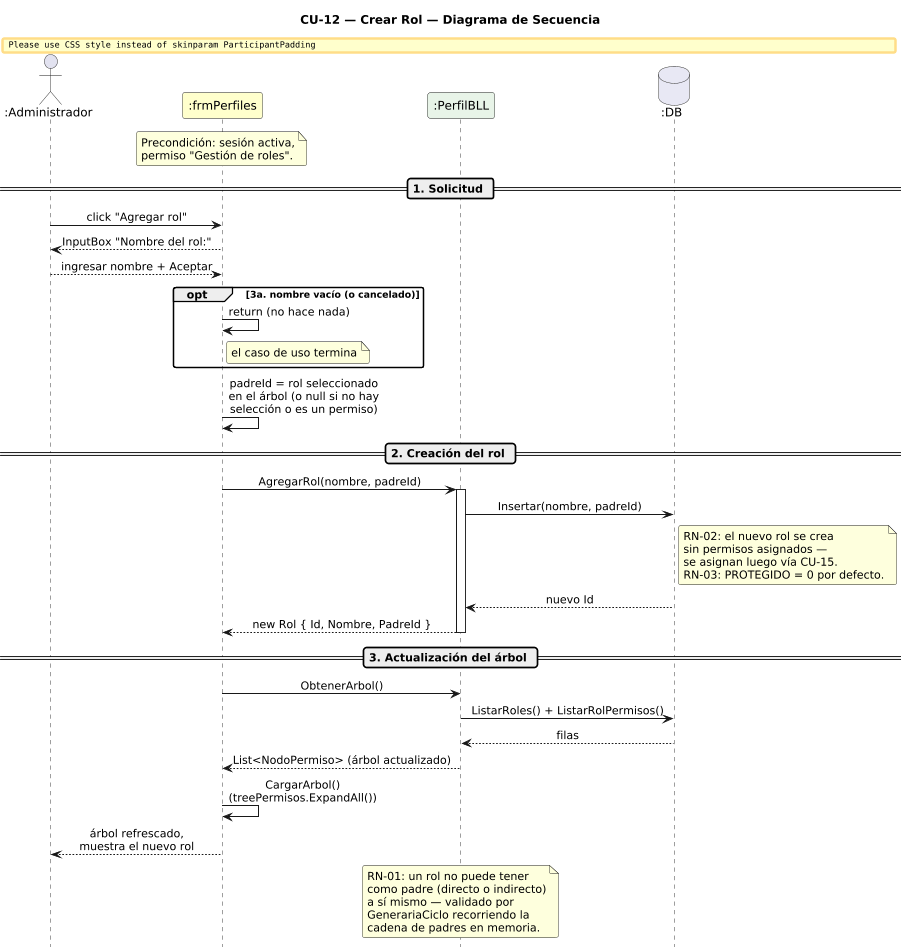
Before: DIAGRAMAS/DiagramaSecuencia_CU12_CrearRol.png, a diagram exported from PlantUML (Urrels/ingenieria_software).
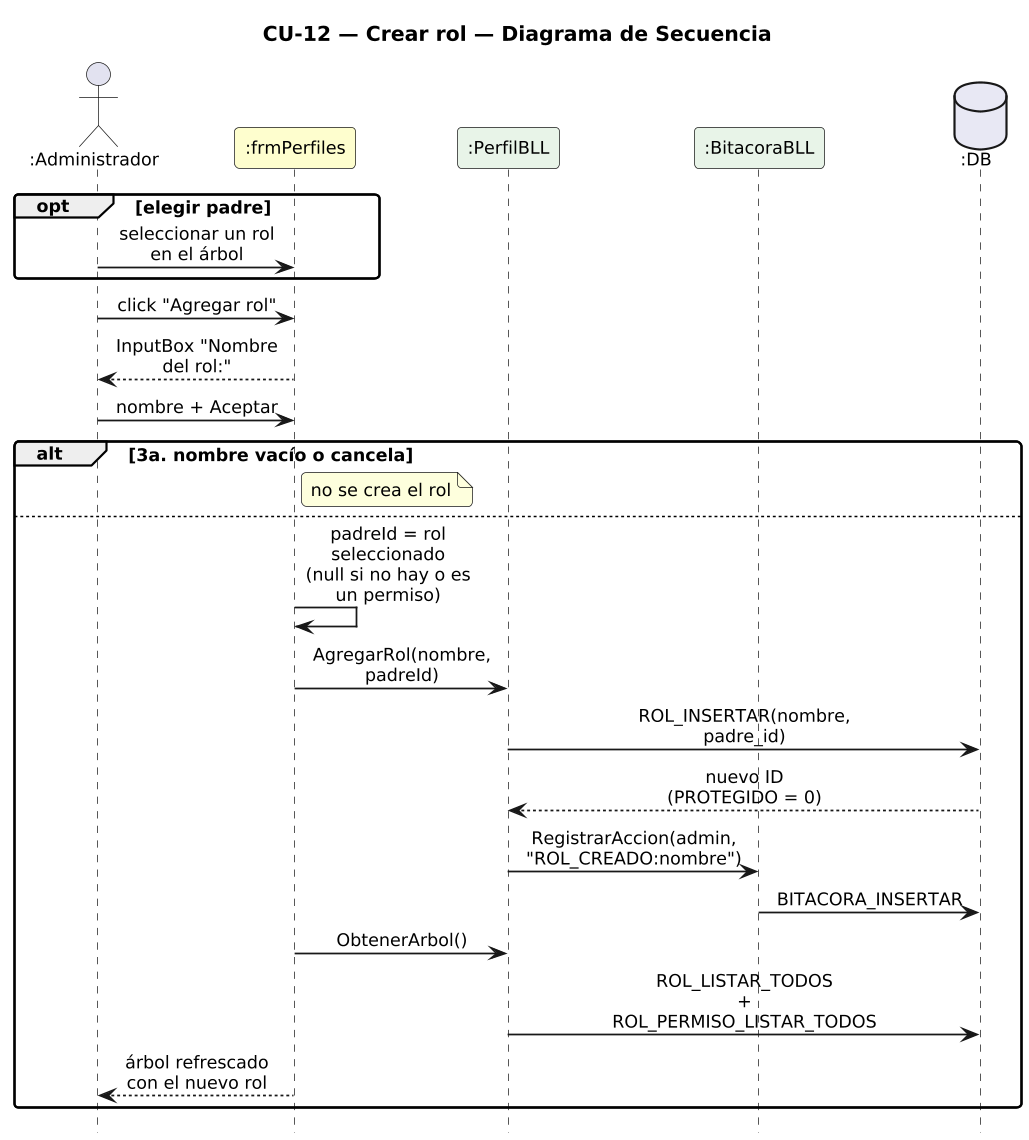
The same file after the commit.

Change to the diagram source:
```diff
@@ -1,69 +1,42 @@
 @startuml DiagramaSecuencia_CU12_CrearRol
 
-title CU-12 — Crear Rol — Diagrama de Secuencia
+title CU-12 — Crear rol — Diagrama de Secuencia
 
 skinparam shadowing false
 skinparam roundcorner 6
 skinparam sequenceArrowThickness 1.2
-skinparam ParticipantPadding 14
+skinparam ParticipantPadding 6
+skinparam BoxPadding 4
+skinparam maxMessageSize 115
 skinparam sequenceMessageAlign center
+skinparam defaultFontSize 12
+skinparam dpi 140
 hide footbox
-scale 0.85
 
-actor       ":Administrador"  as A
-participant ":frmPerfiles"    as FP #FEFECE
-participant ":PerfilBLL"      as PB #E8F4E8
-database    ":DB"             as DB #E8E8F4
+actor ":Administrador" as A
+participant ":frmPerfiles" as F #FEFECE
+participant ":PerfilBLL" as PB #E8F4E8
+participant ":BitacoraBLL" as BB #E8F4E8
+database ":DB" as DB #E8E8F4
 
-note over FP
-  Precondición: sesión activa,
-  permiso "Gestión de roles".
-end note
-
-== 1. Solicitud ==
-
-A -> FP : click "Agregar rol"
-FP --> A : InputBox "Nombre del rol:"
-A --> FP : ingresar nombre + Aceptar
-
-opt 3a. nombre vacío (o cancelado)
-  FP -> FP : return (no hace nada)
-  note right of FP : el caso de uso termina
+opt elegir padre
+  A -> F : seleccionar un rol en el árbol
+end
+A -> F : click "Agregar rol"
+F --> A : InputBox "Nombre del rol:"
+A -> F : nombre + Aceptar
+alt 3a. nombre vacío o cancela
+  note right of F : no se crea el rol
+else
+  F -> F : padreId = rol seleccionado\n(null si no hay o es un permiso)
+  F -> PB : AgregarRol(nombre, padreId)
+  PB -> DB : ROL_INSERTAR(nombre, padre_id)
+  DB --> PB : nuevo ID (PROTEGIDO = 0)
+  PB -> BB : RegistrarAccion(admin, "ROL_CREADO:nombre")
+  BB -> DB : BITACORA_INSERTAR
+  F -> PB : ObtenerArbol()
+  PB -> DB : ROL_LISTAR_TODOS + ROL_PERMISO_LISTAR_TODOS
+  F --> A : árbol refrescado con el nuevo rol
 end
 
-FP -> FP : padreId = rol seleccionado\nen el árbol (o null si no hay\nselección o es un permiso)
-
-== 2. Creación del rol ==
-
-FP -> PB : AgregarRol(nombre, padreId)
-activate PB
-
-PB -> DB : Insertar(nombre, padreId)
-note right of DB
-  RN-02: el nuevo rol se crea
-  sin permisos asignados —
-  se asignan luego vía CU-15.
-  RN-03: PROTEGIDO = 0 por defecto.
-end note
-DB --> PB : nuevo Id
-PB --> FP : new Rol { Id, Nombre, PadreId }
-deactivate PB
-
-== 3. Actualización del árbol ==
-
-FP -> PB : ObtenerArbol()
-PB -> DB : ListarRoles() + ListarRolPermisos()
-DB --> PB : filas
-PB --> FP : List<NodoPermiso> (árbol actualizado)
-FP -> FP : CargarArbol()\n(treePermisos.ExpandAll())
-FP --> A : árbol refrescado,\nmuestra el nuevo rol
-
-note over PB
-  RN-01: un rol no puede tener
-  como padre (directo o indirecto)
-  a sí mismo — validado por
-  GenerariaCiclo recorriendo la
-  cadena de padres en memoria.
-end note
-
 @enduml
```
